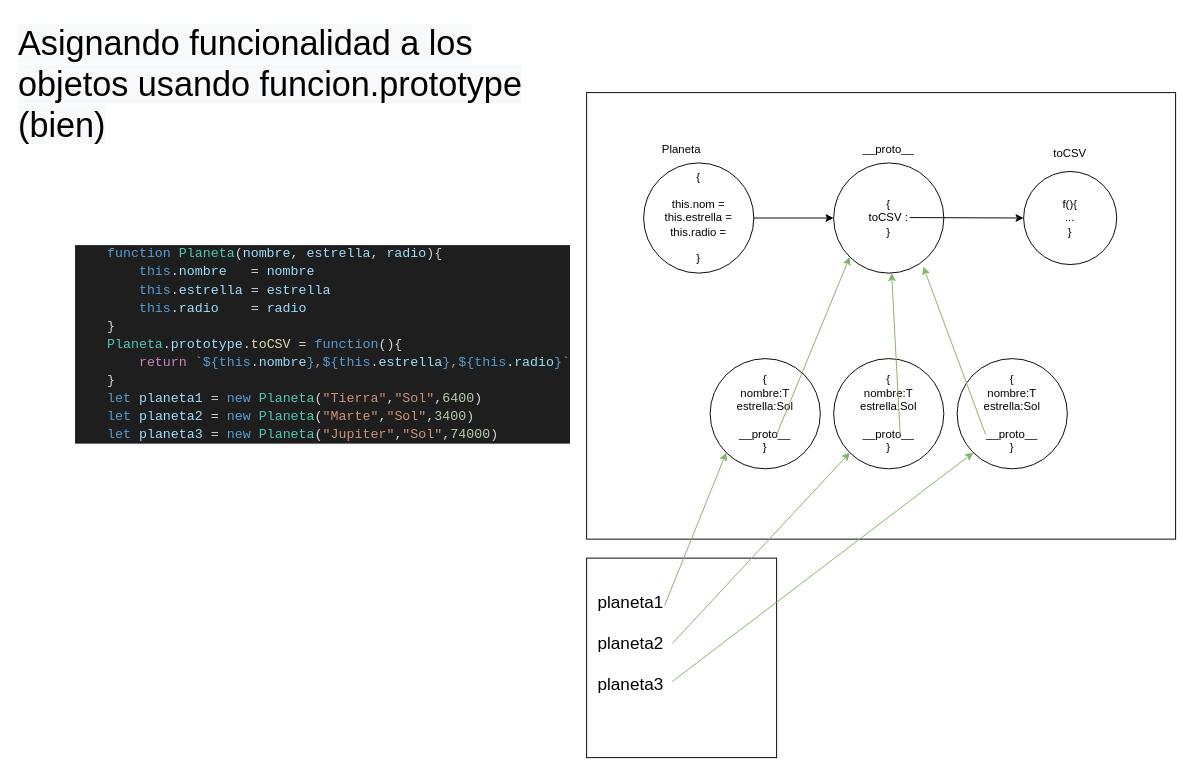
lrag/MEAN_2021 keeps this draw.io diagram as page "Página-13" (13 of 61) of Dibujillos.drawio. Above is the earlier version. Source tidied: cells renumbered, new cells numbered last; positions are measured from the earlier drawing's top-left corner, leaving out a move shared by most shapes. Both pictures are drawn from the tidied source at 95%, with x=0, y=0 at pixel (16, 16).
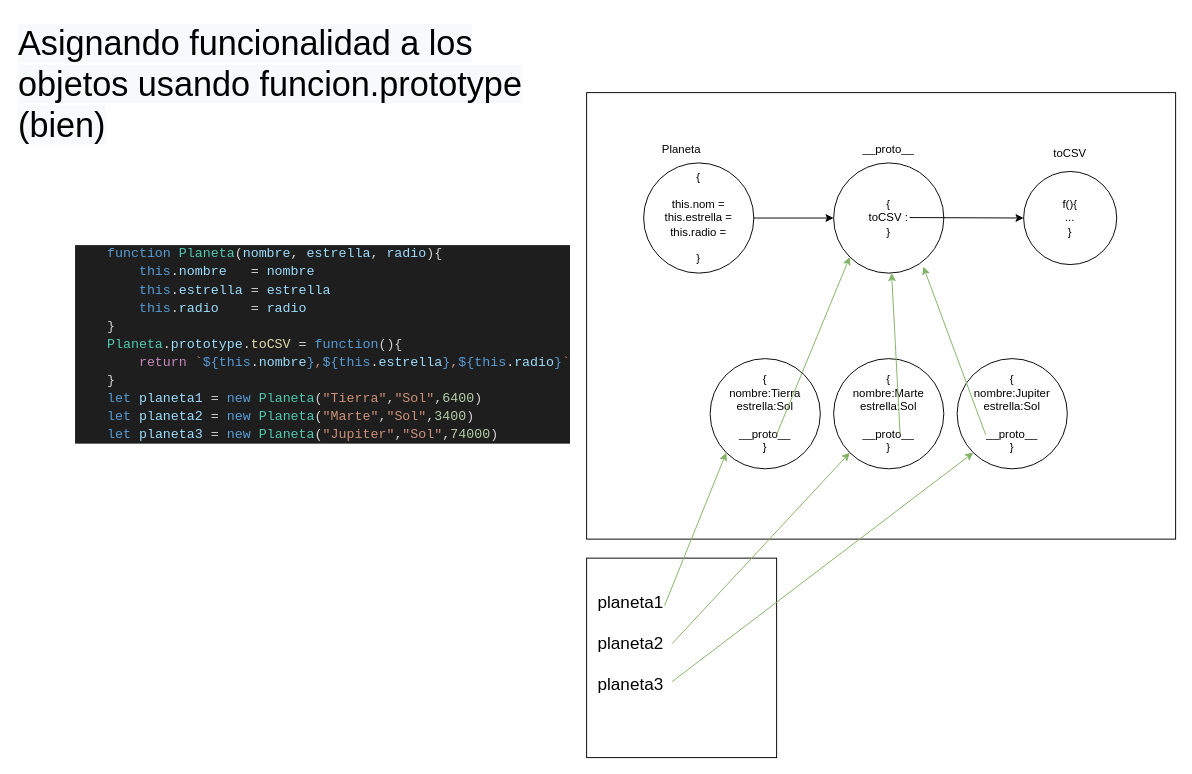
Above is the later version.

The edit, as a diff of the source:
```diff
@@
-    <mxCell id="14" value="{&lt;br&gt;nombre:T&lt;br&gt;estrella:Sol&lt;br&gt;&lt;br&gt;__proto__&lt;br&gt;}" style="ellipse;whiteSpace=wrap;html=1;fillColor=none;" parent="1" vertex="1">
+    <mxCell id="14" value="{&lt;br&gt;nombre:Marte&lt;br&gt;estrella:Sol&lt;br&gt;&lt;br&gt;__proto__&lt;br&gt;}" style="ellipse;whiteSpace=wrap;html=1;fillColor=none;" parent="1" vertex="1">
       <mxGeometry x="860" y="360" width="116" height="116" as="geometry" />
     </mxCell>
-    <mxCell id="15" value="{&lt;br&gt;nombre:T&lt;br&gt;estrella:Sol&lt;br&gt;&lt;br&gt;__proto__&lt;br&gt;}" style="ellipse;whiteSpace=wrap;html=1;fillColor=none;" parent="1" vertex="1">
+    <mxCell id="15" value="{&lt;br&gt;nombre:Jupiter&lt;br&gt;estrella:Sol&lt;br&gt;&lt;br&gt;__proto__&lt;br&gt;}" style="ellipse;whiteSpace=wrap;html=1;fillColor=none;" parent="1" vertex="1">
       <mxGeometry x="990" y="360" width="116" height="116" as="geometry" />
     </mxCell>
-    <mxCell id="16" value="{&lt;br&gt;nombre:T&lt;br&gt;estrella:Sol&lt;br&gt;&lt;br&gt;__proto__&lt;br&gt;}" style="ellipse;whiteSpace=wrap;html=1;fillColor=none;" parent="1" vertex="1">
+    <mxCell id="16" value="{&lt;br&gt;nombre:Tierra&lt;br&gt;estrella:Sol&lt;br&gt;&lt;br&gt;__proto__&lt;br&gt;}" style="ellipse;whiteSpace=wrap;html=1;fillColor=none;" parent="1" vertex="1">
       <mxGeometry x="730" y="360" width="116" height="116" as="geometry" />
     </mxCell>
```
